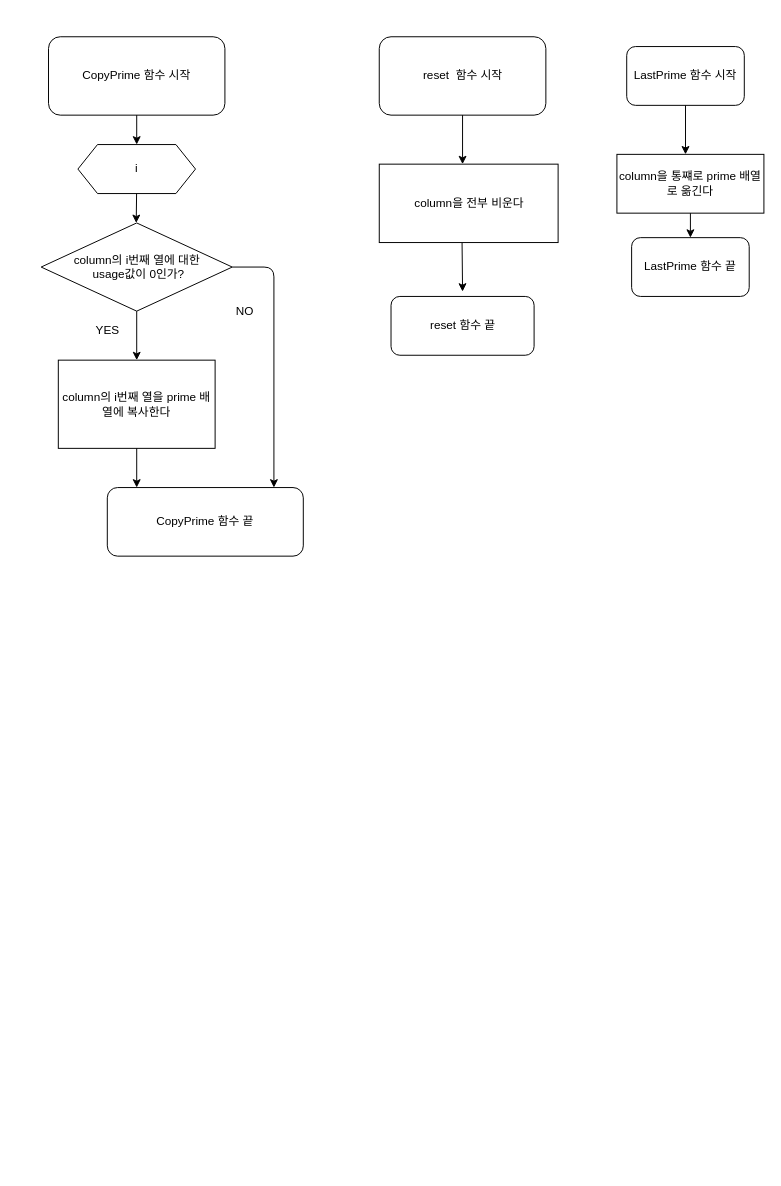
Earlier version of the draw.io diagram 순서도/Prime.drawio (aaron-rev/QuinMc_C2Plus). Source tidied: cells renumbered, new cells numbered last; positions are measured from the earlier drawing's top-left corner, leaving out a move shared by most shapes. Both pictures are drawn from the tidied source at 98%, with x=0, y=0 at pixel (40, 36).
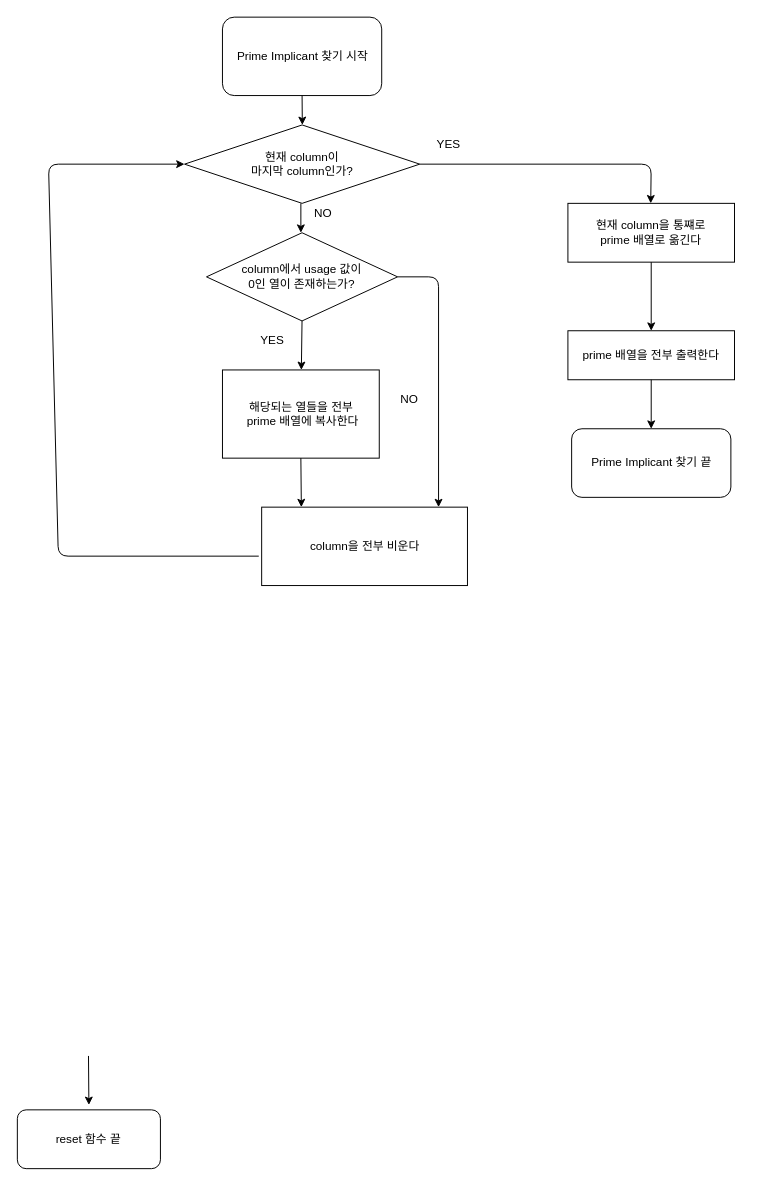
After the change.

Commit message:
함수별로 나뉘어 있던 flow chart를 하나로 통합함

Diff of the diagram source:
```diff
@@
-    <mxCell id="2" value="CopyPrime 함수 시작" style="rounded=1;whiteSpace=wrap;html=1;" parent="1" vertex="1">
-      <mxGeometry x="8" width="180" height="80" as="geometry" />
-    </mxCell>
-    <mxCell id="3" style="endArrow=classic;html=1;" parent="1" edge="1">
-      <mxGeometry relative="1" as="geometry">
-        <mxPoint x="98" y="150" as="sourcePoint" />
-        <mxPoint x="97.5" y="190" as="targetPoint" />
-      </mxGeometry>
-    </mxCell>
-    <mxCell id="4" value="column의 i번째 열에 대한&lt;br&gt;&amp;nbsp;usage값이 0인가?" style="rhombus;whiteSpace=wrap;html=1;" parent="1" vertex="1">
-      <mxGeometry x="0.5" y="190" width="195" height="90" as="geometry" />
+    <mxCell id="4" value="column에서 usage 값이&lt;br&gt;0인 열이 존재하는가?" style="rhombus;whiteSpace=wrap;html=1;" parent="1" vertex="1">
+      <mxGeometry x="169.2" y="200" width="195" height="90" as="geometry" />
     </mxCell>
     <mxCell id="5" style="endArrow=classic;html=1;exitX=0.5;exitY=1;exitDx=0;exitDy=0;" parent="1" edge="1" source="4">
       <mxGeometry relative="1" as="geometry">
-        <mxPoint x="98" y="330" as="targetPoint" />
+        <mxPoint x="266" y="340" as="targetPoint" />
       </mxGeometry>
     </mxCell>
     <mxCell id="6" style="endArrow=classic;html=1;exitX=1;exitY=0.5;exitDx=0;exitDy=0;" parent="1" edge="1" source="4">
       <mxGeometry relative="1" as="geometry">
-        <mxPoint x="238" y="460" as="targetPoint" />
+        <mxPoint x="406" y="480" as="targetPoint" />
         <Array as="points">
-          <mxPoint x="238" y="235" />
+          <mxPoint x="406" y="245" />
         </Array>
       </mxGeometry>
     </mxCell>
     <mxCell id="7" value="YES" style="text;html=1;align=center;verticalAlign=middle;strokeColor=none;" parent="1" vertex="1">
-      <mxGeometry x="48" y="290" width="40" height="20" as="geometry" />
+      <mxGeometry x="215.5" y="300" width="40" height="20" as="geometry" />
     </mxCell>
     <mxCell id="8" value="NO" style="text;html=1;align=center;verticalAlign=middle;strokeColor=none;" parent="1" vertex="1">
-      <mxGeometry x="193" y="270" width="30" height="20" as="geometry" />
+      <mxGeometry x="360.5" y="360" width="30" height="20" as="geometry" />
     </mxCell>
-    <mxCell id="9" value="column의 i번째 열을 prime 배열에 복사한다" style="rounded=0;whiteSpace=wrap;html=1;" parent="1" vertex="1">
-      <mxGeometry x="18" y="330" width="160" height="90" as="geometry" />
+    <mxCell id="9" value="해당되는 열들을 전부&lt;br&gt;&amp;nbsp;prime 배열에 복사한다" style="rounded=0;whiteSpace=wrap;html=1;" parent="1" vertex="1">
+      <mxGeometry x="185.5" y="340" width="160" height="90" as="geometry" />
     </mxCell>
     <mxCell id="10" style="endArrow=classic;html=1;exitX=0.5;exitY=1;exitDx=0;exitDy=0;" parent="1" edge="1" source="9">
       <mxGeometry relative="1" as="geometry">
-        <mxPoint x="98" y="460" as="targetPoint" />
+        <mxPoint x="266" y="480" as="targetPoint" />
       </mxGeometry>
     </mxCell>
-    <mxCell id="11" value="CopyPrime 함수 끝" style="rounded=1;whiteSpace=wrap;html=1;" parent="1" vertex="1">
-      <mxGeometry x="68" y="460" width="200" height="70" as="geometry" />
+    <mxCell id="11" value="Prime Implicant 찾기 끝" style="rounded=1;whiteSpace=wrap;html=1;" parent="1" vertex="1">
+      <mxGeometry x="541.8" y="400" width="162.5" height="70" as="geometry" />
     </mxCell>
-    <mxCell id="12" value="reset&amp;nbsp; 함수 시작" style="rounded=1;whiteSpace=wrap;html=1;" parent="1" vertex="1">
-      <mxGeometry x="345.5" width="170" height="80" as="geometry" />
-    </mxCell>
-    <mxCell id="13" value="i" style="shape=hexagon;perimeter=hexagonPerimeter2;whiteSpace=wrap;html=1;fixedSize=1;" parent="1" vertex="1">
-      <mxGeometry x="38" y="110" width="120" height="50" as="geometry" />
-    </mxCell>
-    <mxCell id="14" style="endArrow=classic;html=1;exitX=0.5;exitY=1;exitDx=0;exitDy=0;entryX=0.5;entryY=0;entryDx=0;entryDy=0;" parent="1" edge="1" source="2" target="13">
-      <mxGeometry relative="1" as="geometry" />
+    <mxCell id="14" style="endArrow=classic;html=1;exitX=0.5;exitY=1;exitDx=0;exitDy=0;entryX=0.5;entryY=0;entryDx=0;entryDy=0;" parent="1" edge="1">
+      <mxGeometry relative="1" as="geometry">
+        <mxPoint x="265.5" y="170" as="sourcePoint" />
+        <mxPoint x="265.5" y="200" as="targetPoint" />
+      </mxGeometry>
     </mxCell>
-    <mxCell id="15" style="endArrow=classic;html=1;exitX=0.5;exitY=1;exitDx=0;exitDy=0;entryX=0.5;entryY=0;entryDx=0;entryDy=0;" parent="1" edge="1" source="12">
-      <mxGeometry relative="1" as="geometry">
-        <mxPoint x="430.5" y="130" as="targetPoint" />
-      </mxGeometry>
-    </mxCell>
     <mxCell id="16" style="endArrow=classic;html=1;exitX=0.5;exitY=1;exitDx=0;exitDy=0;" parent="1" edge="1">
       <mxGeometry relative="1" as="geometry">
-        <mxPoint x="430" y="210" as="sourcePoint" />
-        <mxPoint x="430.5" y="260" as="targetPoint" />
+        <mxPoint x="48.8" y="1040" as="sourcePoint" />
+        <mxPoint x="49.2" y="1090" as="targetPoint" />
       </mxGeometry>
     </mxCell>
     <mxCell id="17" value="reset 함수 끝" style="rounded=1;whiteSpace=wrap;html=1;" parent="1" vertex="1">
-      <mxGeometry x="357.5" y="265" width="146" height="60" as="geometry" />
+      <mxGeometry x="-23.8" y="1095" width="146" height="60" as="geometry" />
     </mxCell>
-    <mxCell id="18" value="LastPrime 함수 시작" style="rounded=1;whiteSpace=wrap;html=1;" parent="1" vertex="1">
-      <mxGeometry x="598" y="10" width="120" height="60" as="geometry" />
-    </mxCell>
-    <mxCell id="19" style="endArrow=classic;html=1;exitX=0.5;exitY=1;exitDx=0;exitDy=0;" parent="1" edge="1" source="18">
+    <mxCell id="19" style="endArrow=classic;html=1;exitX=1;exitY=0.5;exitDx=0;exitDy=0;" parent="1" edge="1" source="26">
       <mxGeometry relative="1" as="geometry">
-        <mxPoint x="658" y="120" as="targetPoint" />
+        <mxPoint x="622.5" y="170" as="targetPoint" />
+        <Array as="points">
+          <mxPoint x="623" y="130" />
+        </Array>
       </mxGeometry>
     </mxCell>
-    <mxCell id="20" value="column을 통쨰로 prime 배열로 옮긴다" style="rounded=0;whiteSpace=wrap;html=1;" parent="1" vertex="1">
-      <mxGeometry x="588" y="120" width="150" height="60" as="geometry" />
+    <mxCell id="20" value="현재 column을 통쨰로 &lt;br&gt;prime 배열로 옮긴다" style="rounded=0;whiteSpace=wrap;html=1;" parent="1" vertex="1">
+      <mxGeometry x="538" y="170" width="170" height="60" as="geometry" />
     </mxCell>
-    <mxCell id="21" style="endArrow=classic;html=1;exitX=0.5;exitY=1;exitDx=0;exitDy=0;" parent="1" edge="1" source="20" target="22">
-      <mxGeometry relative="1" as="geometry" />
+    <mxCell id="21" style="endArrow=classic;html=1;exitX=0.5;exitY=1;exitDx=0;exitDy=0;" parent="1" edge="1" source="20">
+      <mxGeometry relative="1" as="geometry">
+        <mxPoint x="623" y="300" as="targetPoint" />
+      </mxGeometry>
     </mxCell>
-    <mxCell id="22" value="LastPrime 함수 끝" style="rounded=1;whiteSpace=wrap;html=1;" parent="1" vertex="1">
-      <mxGeometry x="603" y="205" width="120" height="60" as="geometry" />
-    </mxCell>
     <mxCell id="23" value="column을 전부 비운다" style="rounded=0;whiteSpace=wrap;html=1;" parent="1" vertex="1">
-      <mxGeometry x="345.5" y="130" width="182.5" height="80" as="geometry" />
+      <mxGeometry x="225.5" y="480" width="210" height="80" as="geometry" />
     </mxCell>
+    <mxCell id="24" value="Prime Implicant 찾기 시작" style="rounded=1;whiteSpace=wrap;html=1;" parent="1" vertex="1">
+      <mxGeometry x="185.5" y="-20" width="162.5" height="80" as="geometry" />
+    </mxCell>
+    <mxCell id="25" style="endArrow=classic;html=1;exitX=0.5;exitY=1;exitDx=0;exitDy=0;" parent="1" edge="1" source="24">
+      <mxGeometry relative="1" as="geometry">
+        <mxPoint x="267" y="90" as="targetPoint" />
+      </mxGeometry>
+    </mxCell>
+    <mxCell id="26" value="현재 column이&lt;br&gt;마지막 column인가?" style="rhombus;whiteSpace=wrap;html=1;" parent="1" vertex="1">
+      <mxGeometry x="146.8" y="90" width="240" height="80" as="geometry" />
+    </mxCell>
+    <mxCell id="27" value="YES" style="text;html=1;align=center;verticalAlign=middle;strokeColor=none;" parent="1" vertex="1">
+      <mxGeometry x="395.5" y="100" width="40" height="20" as="geometry" />
+    </mxCell>
+    <mxCell id="28" value="NO" style="text;html=1;align=center;verticalAlign=middle;strokeColor=none;" parent="1" vertex="1">
+      <mxGeometry x="273" y="170" width="30" height="20" as="geometry" />
+    </mxCell>
+    <mxCell id="29" style="endArrow=classic;html=1;exitX=-0.014;exitY=0.625;exitDx=0;exitDy=0;exitPerimeter=0;entryX=0;entryY=0.5;entryDx=0;entryDy=0;" parent="1" edge="1" source="23" target="26">
+      <mxGeometry relative="1" as="geometry">
+        <Array as="points">
+          <mxPoint x="18" y="530" />
+          <mxPoint x="8" y="130" />
+        </Array>
+      </mxGeometry>
+    </mxCell>
+    <mxCell id="30" value="prime 배열을 전부 출력한다" style="rounded=0;whiteSpace=wrap;html=1;" parent="1" vertex="1">
+      <mxGeometry x="538" y="300" width="170" height="50" as="geometry" />
+    </mxCell>
+    <mxCell id="31" style="endArrow=classic;html=1;exitX=0.5;exitY=1;exitDx=0;exitDy=0;" parent="1" edge="1" source="30">
+      <mxGeometry relative="1" as="geometry">
+        <mxPoint x="623" y="400" as="targetPoint" />
+      </mxGeometry>
+    </mxCell>
```
